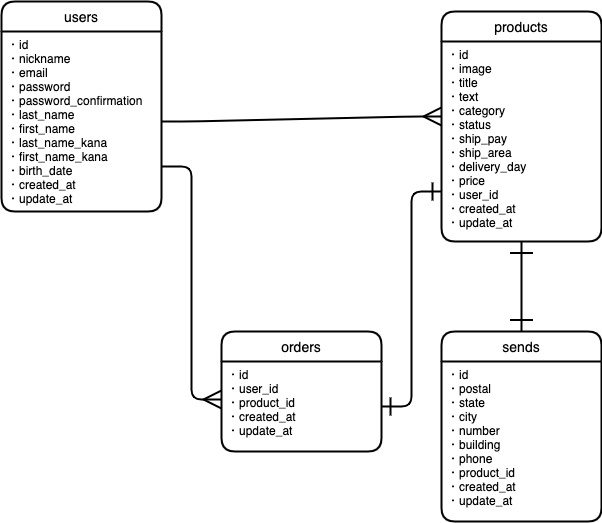
Earlier version of the draw.io export ER.dio.png (hatanotakahiro/furima-35279). Source tidied: cells renumbered, new cells last; positions are measured from the earlier drawing's top-left corner, leaving out a move shared by most shapes. Its diagram source:
```xml
<mxGraphModel>
  <root>
    <mxCell id="0" />
    <mxCell id="1" parent="0" />
    <mxCell id="2" value="users" style="swimlane;horizontal=1;startSize=30;rounded=1;fontSize=14;fontStyle=0;strokeWidth=2;shadow=0;dashed=0;align=center;" parent="1" vertex="1">
      <mxGeometry width="160" height="210" as="geometry" />
    </mxCell>
    <mxCell id="3" value="・id&#10;・nickname&#10;・email&#10;・password&#10;・password_confirmation&#10;・last_name&#10;・first_name&#10;・last_name_kana&#10;・first_name_kana&#10;・birth_date&#10;・created_at&#10;・update_at" style="align=left;strokeColor=none;fillColor=none;spacingLeft=4;fontSize=12;verticalAlign=top;" parent="2" vertex="1">
      <mxGeometry y="30" width="160" height="180" as="geometry" />
    </mxCell>
    <mxCell id="4" style="edgeStyle=orthogonalEdgeStyle;rounded=0;orthogonalLoop=1;jettySize=auto;html=1;exitX=0.5;exitY=1;exitDx=0;exitDy=0;" parent="2" edge="1" source="3" target="3">
      <mxGeometry relative="1" as="geometry" />
    </mxCell>
    <mxCell id="5" style="edgeStyle=none;rounded=0;jumpSize=6;orthogonalLoop=1;jettySize=auto;html=1;exitX=1;exitY=0.25;exitDx=0;exitDy=0;startArrow=ERone;startFill=0;startSize=15;sourcePerimeterSpacing=0;endArrow=ERone;endFill=0;endSize=20;targetPerimeterSpacing=0;strokeWidth=2;" parent="2" edge="1" source="3" target="3">
      <mxGeometry relative="1" as="geometry" />
    </mxCell>
    <mxCell id="6" value="products" style="swimlane;horizontal=1;startSize=30;rounded=1;fontSize=14;fontStyle=0;strokeWidth=2;shadow=0;dashed=0;align=center;" parent="1" vertex="1">
      <mxGeometry x="440" y="10" width="160" height="230" as="geometry" />
    </mxCell>
    <mxCell id="7" value="・id&#10;・image&#10;・title&#10;・text&#10;・category&#10;・status&#10;・ship_pay&#10;・ship_area&#10;・delivery_day&#10;・price&#10;・user_id&#10;・created_at&#10;・update_at&#10;" style="align=left;strokeColor=none;fillColor=none;spacingLeft=4;fontSize=12;verticalAlign=top;" parent="6" vertex="1">
      <mxGeometry y="30" width="160" height="200" as="geometry" />
    </mxCell>
    <mxCell id="8" value="sends" style="swimlane;horizontal=1;startSize=30;rounded=1;fontSize=14;fontStyle=0;strokeWidth=2;shadow=0;dashed=0;align=center;" parent="1" vertex="1">
      <mxGeometry x="440" y="330" width="160" height="190" as="geometry" />
    </mxCell>
    <mxCell id="9" value="・id&#10;・postal&#10;・state&#10;・city&#10;・number&#10;・building&#10;・phone&#10;・product_id&#10;・created_at&#10;・update_at&#10;" style="align=left;strokeColor=none;fillColor=none;spacingLeft=4;fontSize=12;verticalAlign=top;" parent="8" vertex="1">
      <mxGeometry y="30" width="160" height="160" as="geometry" />
    </mxCell>
    <mxCell id="10" value="orders" style="swimlane;horizontal=1;startSize=30;rounded=1;fontSize=14;fontStyle=0;strokeWidth=2;shadow=0;dashed=0;align=center;" parent="1" vertex="1">
      <mxGeometry x="220" y="330" width="160" height="120" as="geometry" />
    </mxCell>
    <mxCell id="11" value="・id&#10;・user_id&#10;・product_id&#10;・created_at&#10;・update_at&#10;" style="align=left;strokeColor=none;fillColor=none;spacingLeft=4;fontSize=12;verticalAlign=top;" parent="10" vertex="1">
      <mxGeometry y="30" width="160" height="90" as="geometry" />
    </mxCell>
    <mxCell id="12" style="edgeStyle=entityRelationEdgeStyle;fontSize=12;html=1;endArrow=ERmany;exitX=1;exitY=0.5;exitDx=0;exitDy=0;jumpSize=6;strokeWidth=2;endSize=15;" parent="1" edge="1" source="3">
      <mxGeometry relative="1" as="geometry">
        <mxPoint x="440" y="115" as="targetPoint" />
      </mxGeometry>
    </mxCell>
    <mxCell id="13" style="edgeStyle=entityRelationEdgeStyle;fontSize=12;html=1;endArrow=ERmany;exitX=1;exitY=0.75;exitDx=0;exitDy=0;jumpSize=6;strokeWidth=2;endSize=15;entryX=0;entryY=0.422;entryDx=0;entryDy=0;entryPerimeter=0;" parent="1" edge="1" source="3" target="11">
      <mxGeometry relative="1" as="geometry" />
    </mxCell>
    <mxCell id="14" style="edgeStyle=entityRelationEdgeStyle;fontSize=12;html=1;endArrow=ERone;exitX=0;exitY=0.75;exitDx=0;exitDy=0;jumpSize=6;strokeWidth=2;endSize=15;entryX=1;entryY=0.5;entryDx=0;entryDy=0;endFill=0;startArrow=ERone;startFill=0;startSize=15;" parent="1" edge="1" source="7" target="11">
      <mxGeometry relative="1" as="geometry" />
    </mxCell>
    <mxCell id="15" style="fontSize=12;html=1;endArrow=ERone;endFill=1;strokeWidth=2;exitX=0.5;exitY=1;exitDx=0;exitDy=0;entryX=0.5;entryY=0;entryDx=0;entryDy=0;endSize=20;startArrow=ERone;startFill=0;targetPerimeterSpacing=0;startSize=20;" parent="1" edge="1" source="7" target="8">
      <mxGeometry relative="1" as="geometry" />
    </mxCell>
  </root>
</mxGraphModel>
```
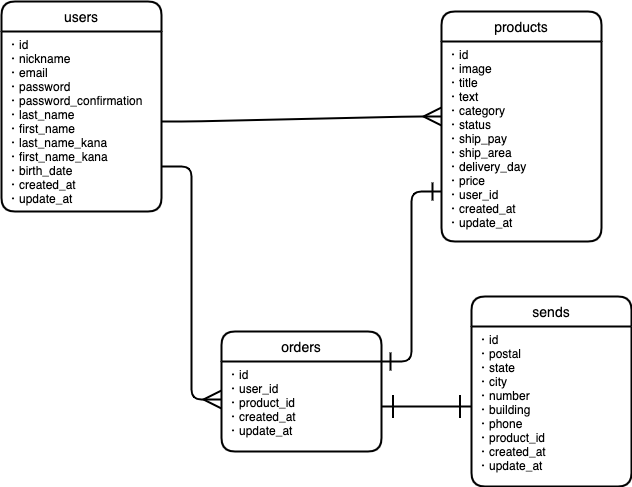
After the commit.

Change to the diagram source:
```diff
@@ -21,7 +21,7 @@
       <mxGeometry y="30" width="160" height="200" as="geometry" />
     </mxCell>
     <mxCell id="8" value="sends" style="swimlane;horizontal=1;startSize=30;rounded=1;fontSize=14;fontStyle=0;strokeWidth=2;shadow=0;dashed=0;align=center;" parent="1" vertex="1">
-      <mxGeometry x="440" y="330" width="160" height="190" as="geometry" />
+      <mxGeometry x="470" y="295" width="160" height="190" as="geometry" />
     </mxCell>
     <mxCell id="9" value="・id&#10;・postal&#10;・state&#10;・city&#10;・number&#10;・building&#10;・phone&#10;・product_id&#10;・created_at&#10;・update_at&#10;" style="align=left;strokeColor=none;fillColor=none;spacingLeft=4;fontSize=12;verticalAlign=top;" parent="8" vertex="1">
       <mxGeometry y="30" width="160" height="160" as="geometry" />
@@ -40,10 +40,10 @@
     <mxCell id="13" style="edgeStyle=entityRelationEdgeStyle;fontSize=12;html=1;endArrow=ERmany;exitX=1;exitY=0.75;exitDx=0;exitDy=0;jumpSize=6;strokeWidth=2;endSize=15;entryX=0;entryY=0.422;entryDx=0;entryDy=0;entryPerimeter=0;" parent="1" edge="1" source="3" target="11">
       <mxGeometry relative="1" as="geometry" />
     </mxCell>
-    <mxCell id="14" style="edgeStyle=entityRelationEdgeStyle;fontSize=12;html=1;endArrow=ERone;exitX=0;exitY=0.75;exitDx=0;exitDy=0;jumpSize=6;strokeWidth=2;endSize=15;entryX=1;entryY=0.5;entryDx=0;entryDy=0;endFill=0;startArrow=ERone;startFill=0;startSize=15;" parent="1" edge="1" source="7" target="11">
+    <mxCell id="14" style="edgeStyle=entityRelationEdgeStyle;fontSize=12;html=1;endArrow=ERone;exitX=0;exitY=0.75;exitDx=0;exitDy=0;jumpSize=6;strokeWidth=2;endSize=15;entryX=1;entryY=0;entryDx=0;entryDy=0;endFill=0;startArrow=ERone;startFill=0;startSize=15;" parent="1" edge="1" source="7" target="11">
       <mxGeometry relative="1" as="geometry" />
     </mxCell>
-    <mxCell id="15" style="fontSize=12;html=1;endArrow=ERone;endFill=1;strokeWidth=2;exitX=0.5;exitY=1;exitDx=0;exitDy=0;entryX=0.5;entryY=0;entryDx=0;entryDy=0;endSize=20;startArrow=ERone;startFill=0;targetPerimeterSpacing=0;startSize=20;" parent="1" edge="1" source="7" target="8">
+    <mxCell id="15" style="fontSize=12;html=1;endArrow=ERone;endFill=1;strokeWidth=2;exitX=1;exitY=0.5;exitDx=0;exitDy=0;entryX=0;entryY=0.5;entryDx=0;entryDy=0;endSize=20;startArrow=ERone;startFill=0;targetPerimeterSpacing=0;startSize=20;" parent="1" edge="1" source="11" target="9">
       <mxGeometry relative="1" as="geometry" />
     </mxCell>
   </root>
```
